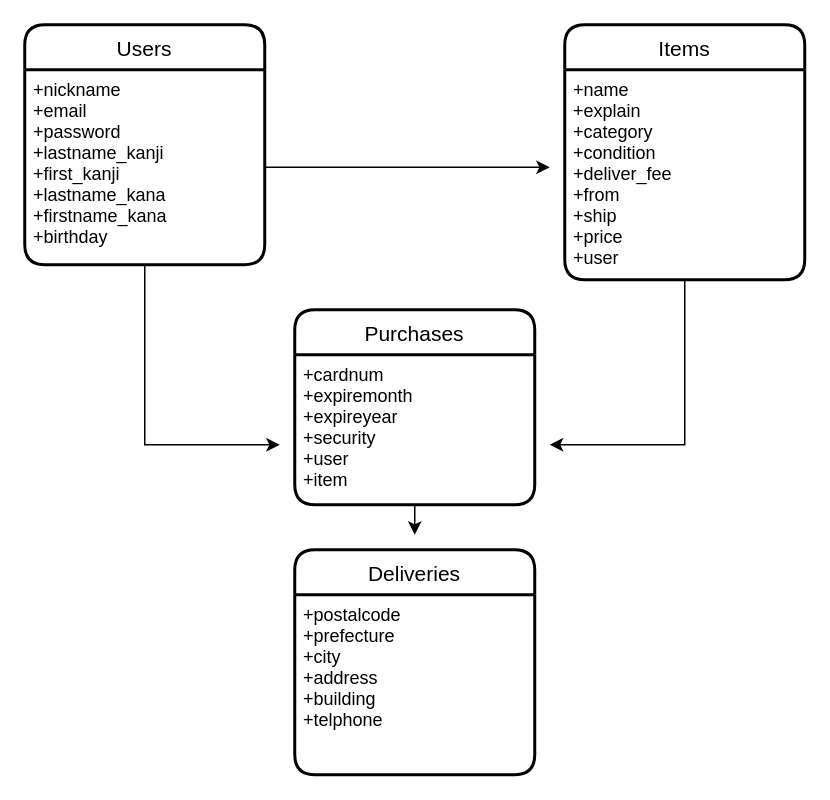
Bakiyama/furima-33518 keeps this draw.io diagram as furima.dio. Above is the earlier version. Source tidied: cells renumbered, new cells numbered last; positions are measured from the earlier drawing's top-left corner, leaving out a move shared by most shapes. Both pictures are drawn from the tidied source at 150%, with x=0, y=0 at pixel (24, 24).
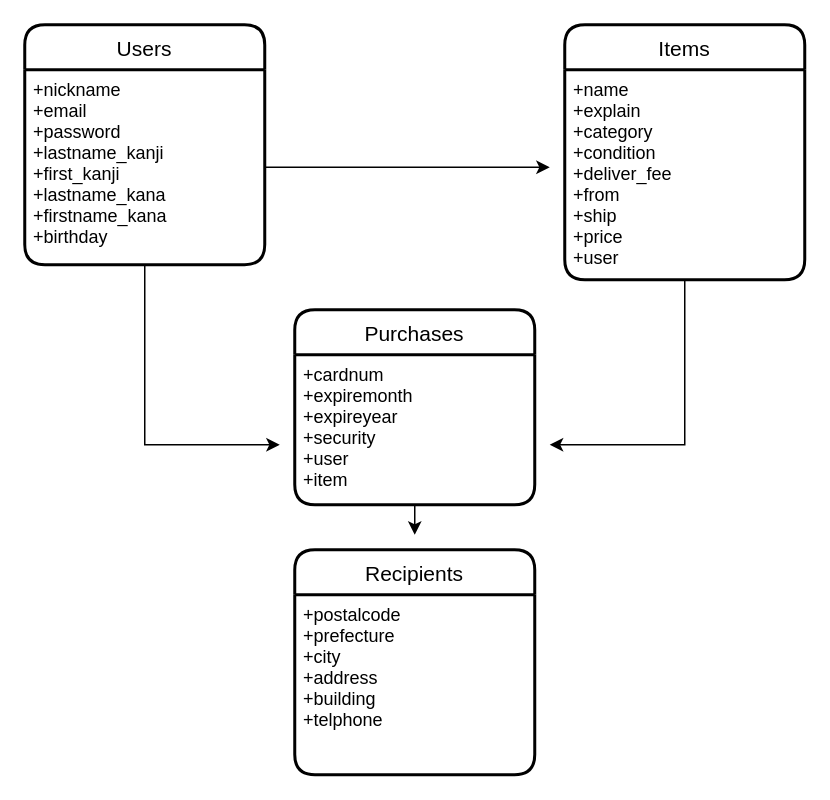
Above is the later version.

Commit message (it also covers changes not shown here):
データベース設計にActiveHashを適応

Diff of the diagram source:
```diff
@@
 <mxGraphModel>
   <root>
     <mxCell id="0" />
     <mxCell id="1" parent="0" />
     <mxCell id="2" value="Users" style="swimlane;horizontal=1;startSize=30;rounded=1;fontSize=14;fontStyle=0;strokeWidth=2;shadow=0;dashed=0;align=center;" parent="1" vertex="1">
       <mxGeometry width="160" height="160" as="geometry" />
     </mxCell>
     <mxCell id="3" value="+nickname&#10;+email&#10;+password&#10;+lastname_kanji&#10;+first_kanji&#10;+lastname_kana&#10;+firstname_kana&#10;+birthday" style="align=left;strokeColor=none;fillColor=none;spacingLeft=4;fontSize=12;verticalAlign=top;" parent="2" vertex="1">
       <mxGeometry y="30" width="160" height="130" as="geometry" />
     </mxCell>
     <mxCell id="4" value="Items" style="swimlane;horizontal=1;startSize=30;rounded=1;fontSize=14;fontStyle=0;strokeWidth=2;shadow=0;dashed=0;align=center;" parent="1" vertex="1">
       <mxGeometry x="360" width="160" height="170" as="geometry" />
     </mxCell>
     <mxCell id="5" value="+name&#10;+explain&#10;+category&#10;+condition&#10;+deliver_fee&#10;+from&#10;+ship&#10;+price&#10;+user" style="align=left;strokeColor=none;fillColor=none;spacingLeft=4;fontSize=12;verticalAlign=top;" parent="4" vertex="1">
       <mxGeometry y="30" width="160" height="140" as="geometry" />
     </mxCell>
     <mxCell id="6" value="Purchases" style="swimlane;horizontal=1;startSize=30;rounded=1;fontSize=14;fontStyle=0;strokeWidth=2;shadow=0;dashed=0;align=center;" parent="1" vertex="1">
       <mxGeometry x="180" y="190" width="160" height="130" as="geometry" />
     </mxCell>
     <mxCell id="7" value="+cardnum&#10;+expiremonth&#10;+expireyear&#10;+security&#10;+user&#10;+item" style="align=left;strokeColor=none;fillColor=none;spacingLeft=4;fontSize=12;verticalAlign=top;" parent="6" vertex="1">
       <mxGeometry y="30" width="160" height="100" as="geometry" />
     </mxCell>
-    <mxCell id="8" value="Deliveries" style="swimlane;horizontal=1;startSize=30;rounded=1;fontSize=14;fontStyle=0;strokeWidth=2;shadow=0;dashed=0;align=center;" parent="1" vertex="1">
+    <mxCell id="8" value="Recipients" style="swimlane;horizontal=1;startSize=30;rounded=1;fontSize=14;fontStyle=0;strokeWidth=2;shadow=0;dashed=0;align=center;" parent="1" vertex="1">
       <mxGeometry x="180" y="350" width="160" height="150" as="geometry" />
     </mxCell>
     <mxCell id="9" value="+postalcode&#10;+prefecture&#10;+city&#10;+address&#10;+building&#10;+telphone" style="align=left;strokeColor=none;fillColor=none;spacingLeft=4;fontSize=12;verticalAlign=top;" parent="8" vertex="1">
       <mxGeometry y="30" width="160" height="120" as="geometry" />
     </mxCell>
     <mxCell id="10" style="edgeStyle=orthogonalEdgeStyle;rounded=0;jettySize=auto;html=1;" parent="1" edge="1" source="3">
       <mxGeometry relative="1" as="geometry">
         <mxPoint x="170" y="280" as="targetPoint" />
         <Array as="points">
           <mxPoint x="80" y="280" />
         </Array>
       </mxGeometry>
     </mxCell>
     <mxCell id="11" style="edgeStyle=orthogonalEdgeStyle;rounded=0;jettySize=auto;html=1;" parent="1" edge="1" source="3">
       <mxGeometry relative="1" as="geometry">
         <mxPoint x="350" y="95" as="targetPoint" />
       </mxGeometry>
     </mxCell>
     <mxCell id="12" style="edgeStyle=orthogonalEdgeStyle;rounded=0;jettySize=auto;html=1;" parent="1" edge="1" source="5">
       <mxGeometry relative="1" as="geometry">
         <mxPoint x="350" y="280" as="targetPoint" />
         <Array as="points">
           <mxPoint x="440" y="280" />
           <mxPoint x="400" y="280" />
         </Array>
       </mxGeometry>
     </mxCell>
     <mxCell id="13" style="edgeStyle=orthogonalEdgeStyle;rounded=0;jettySize=auto;html=1;" parent="1" edge="1" source="7">
       <mxGeometry relative="1" as="geometry">
         <mxPoint x="260" y="340" as="targetPoint" />
       </mxGeometry>
     </mxCell>
   </root>
 </mxGraphModel>
```
